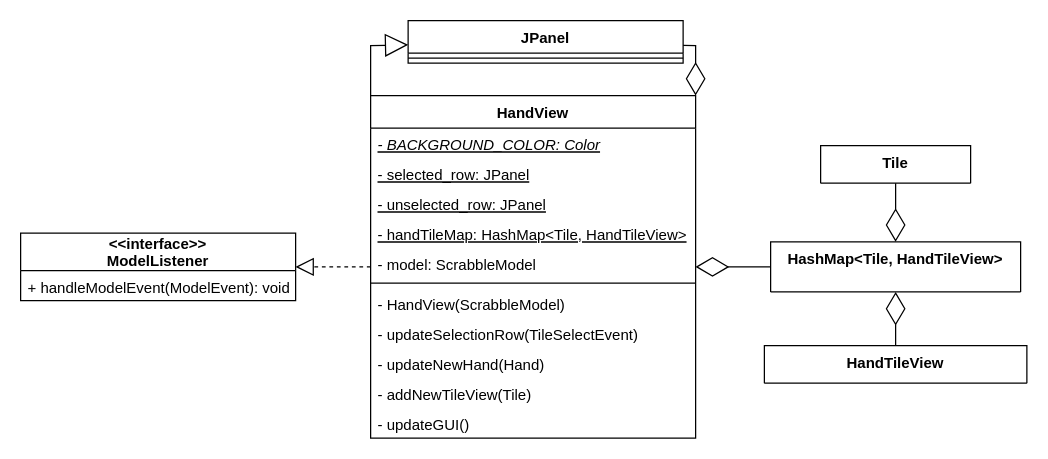
Before: UML/ClassDiagrams/GUI/HandView.drawio in trk20/Scuffle, a draw.io diagram. Source tidied: cells renumbered, new cells numbered last; positions are measured from the earlier drawing's top-left corner, leaving out a move shared by most shapes. Both pictures are drawn from the tidied source at 125%, with x=0, y=0 at pixel (20, 20).
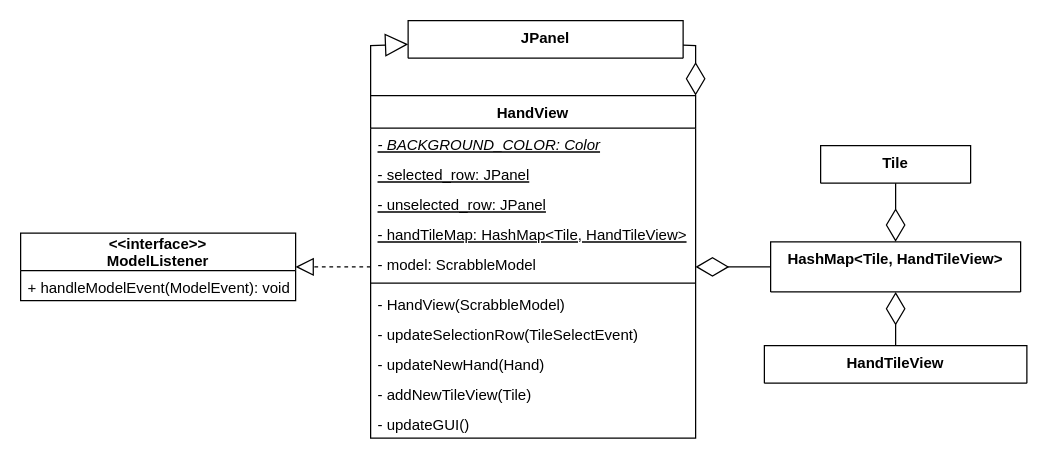
The same diagram, later.

Change to the diagram source:
```diff
@@
-    <mxCell id="17" value="JPanel" style="swimlane;fontStyle=1;align=center;verticalAlign=top;horizontal=1;startSize=26;" parent="1" vertex="1">
-      <mxGeometry x="310" width="220" height="34" as="geometry" />
+    <mxCell id="17" value="JPanel" style="swimlane;fontStyle=1;align=center;verticalAlign=top;horizontal=1;startSize=40;" parent="1" vertex="1">
+      <mxGeometry x="310" width="220" height="30" as="geometry" />
     </mxCell>
-    <mxCell id="18" style="line;strokeWidth=1;fillColor=none;align=left;verticalAlign=middle;spacingTop=-1;spacingLeft=3;spacingRight=3;labelPosition=right;" parent="17" vertex="1">
-      <mxGeometry y="26" width="220" height="8" as="geometry" />
-    </mxCell>
```
